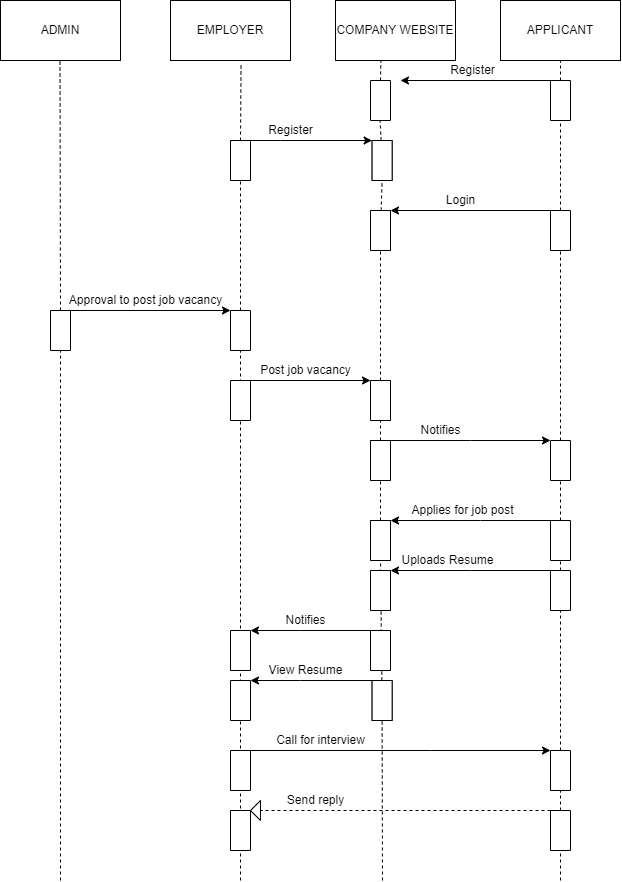
Before: DAY-9/src/QUESTION NUMBER -1/Sequence Diagram.drawio.png, a diagram exported from draw.io (sneha-2000/ust-prograd-training). Source tidied: cells renumbered, new cells last; positions are measured from the earlier drawing's top-left corner, leaving out a move shared by most shapes.
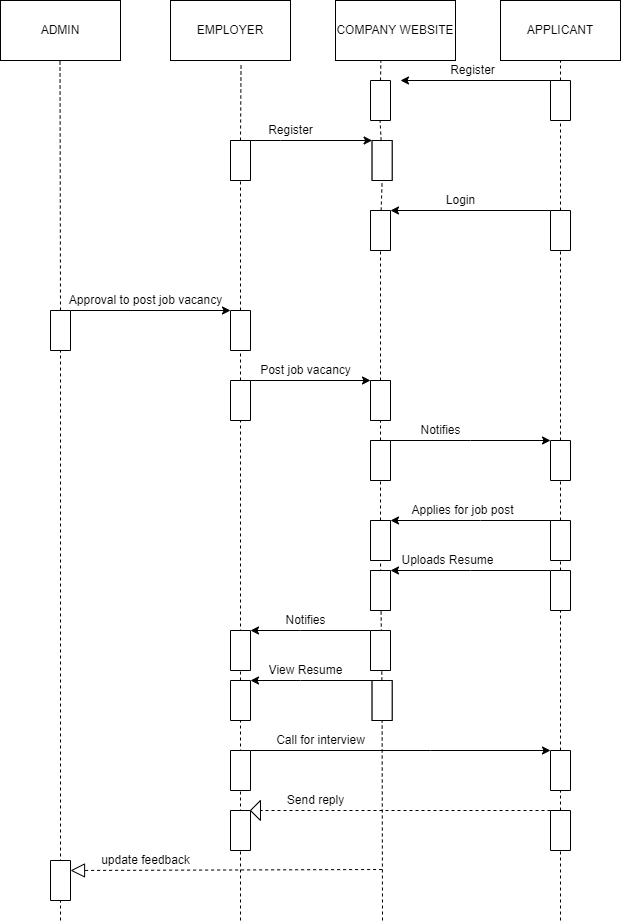
Above is the later version.

The edit, as a diff of the source:
```diff
@@ -102,7 +102,7 @@
     </mxCell>
     <mxCell id="29" style="endArrow=none;dashed=1;html=1;rounded=0;" parent="1" edge="1">
       <mxGeometry relative="1" as="geometry">
-        <mxPoint x="240" y="880" as="sourcePoint" />
+        <mxPoint x="240" y="920" as="sourcePoint" />
         <mxPoint x="240" y="350" as="targetPoint" />
       </mxGeometry>
     </mxCell>
@@ -265,7 +265,7 @@
     </mxCell>
     <mxCell id="71" style="endArrow=none;dashed=1;html=1;rounded=0;entryX=1;entryY=0.5;entryDx=0;entryDy=0;" parent="1" edge="1" target="70">
       <mxGeometry relative="1" as="geometry">
-        <mxPoint x="382" y="880" as="sourcePoint" />
+        <mxPoint x="382" y="920" as="sourcePoint" />
       </mxGeometry>
     </mxCell>
     <mxCell id="72" style="rounded=0;whiteSpace=wrap;html=1;direction=south;" parent="1" vertex="1">
@@ -317,7 +317,7 @@
     </mxCell>
     <mxCell id="85" style="endArrow=none;dashed=1;html=1;rounded=0;entryX=1;entryY=0.5;entryDx=0;entryDy=0;" parent="1" edge="1" target="56">
       <mxGeometry relative="1" as="geometry">
-        <mxPoint x="560" y="880" as="sourcePoint" />
+        <mxPoint x="560" y="920" as="sourcePoint" />
       </mxGeometry>
     </mxCell>
     <mxCell id="86" style="endArrow=none;dashed=1;html=1;rounded=0;exitX=0;exitY=0.5;exitDx=0;exitDy=0;" parent="1" edge="1" source="13">
@@ -330,5 +330,22 @@
         <mxPoint x="560" y="60" as="targetPoint" />
       </mxGeometry>
     </mxCell>
+    <mxCell id="88" style="endArrow=block;dashed=1;endFill=0;endSize=12;html=1;rounded=0;entryX=0.25;entryY=0;entryDx=0;entryDy=0;" parent="1" edge="1" target="90">
+      <mxGeometry relative="1" as="geometry">
+        <mxPoint x="381.6" y="869" as="sourcePoint" />
+      </mxGeometry>
+    </mxCell>
+    <mxCell id="89" value="update feedback" style="text;html=1;align=center;verticalAlign=middle;strokeColor=none;fillColor=none;" parent="1" vertex="1">
+      <mxGeometry x="95" y="850" width="100" height="20" as="geometry" />
+    </mxCell>
+    <mxCell id="90" style="rounded=0;whiteSpace=wrap;html=1;direction=south;" parent="1" vertex="1">
+      <mxGeometry x="50" y="860" width="20" height="40" as="geometry" />
+    </mxCell>
+    <mxCell id="91" style="endArrow=none;dashed=1;html=1;rounded=0;" parent="1" edge="1">
+      <mxGeometry relative="1" as="geometry">
+        <mxPoint x="60" y="920" as="sourcePoint" />
+        <mxPoint x="60" y="900" as="targetPoint" />
+      </mxGeometry>
+    </mxCell>
   </root>
 </mxGraphModel>
```
